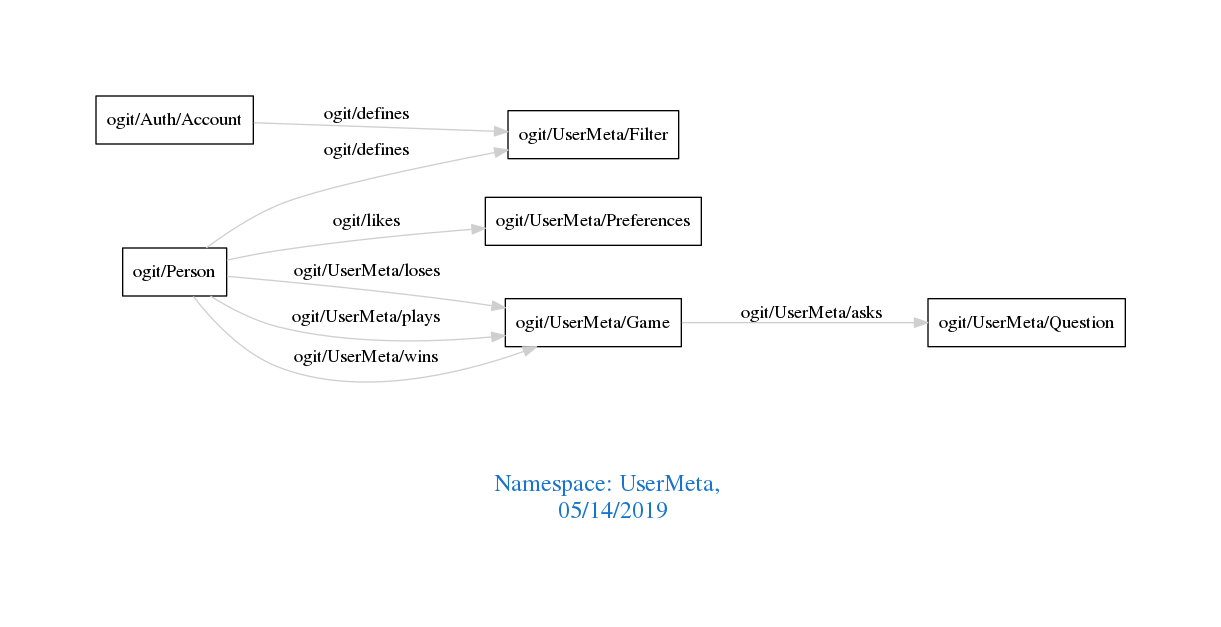
The Graphviz diagram downloads/UserMeta.png in arago/OGIT, before a commit. Its source is kept beside it as downloads/UserMeta.dot. Source of this version:
```dot
digraph OGIT_ontology {
 graph [ rankdir= LR,pad=1
fontsize = 18,
fontcolor= dodgerblue3,label = "\n\n\nNamespace: UserMeta, \n 05/14/2019"];
node[shape=polygon];
edge [  color="gray81"];

   "ogit/Auth/Account" -> "ogit/UserMeta/Filter" [label="   ogit/defines    "];
   "ogit/Person" -> "ogit/UserMeta/Filter" [label="   ogit/defines    "];
   "ogit/UserMeta/Game" -> "ogit/UserMeta/Question" [label="   ogit/UserMeta/asks    "];
   "ogit/Person" -> "ogit/UserMeta/Preferences" [label="   ogit/likes    "];
   "ogit/Person" -> "ogit/UserMeta/Game" [label="   ogit/UserMeta/loses    "];
   "ogit/Person" -> "ogit/UserMeta/Game" [label="   ogit/UserMeta/plays    "];
   "ogit/Person" -> "ogit/UserMeta/Game" [label="   ogit/UserMeta/wins    "];
}
```
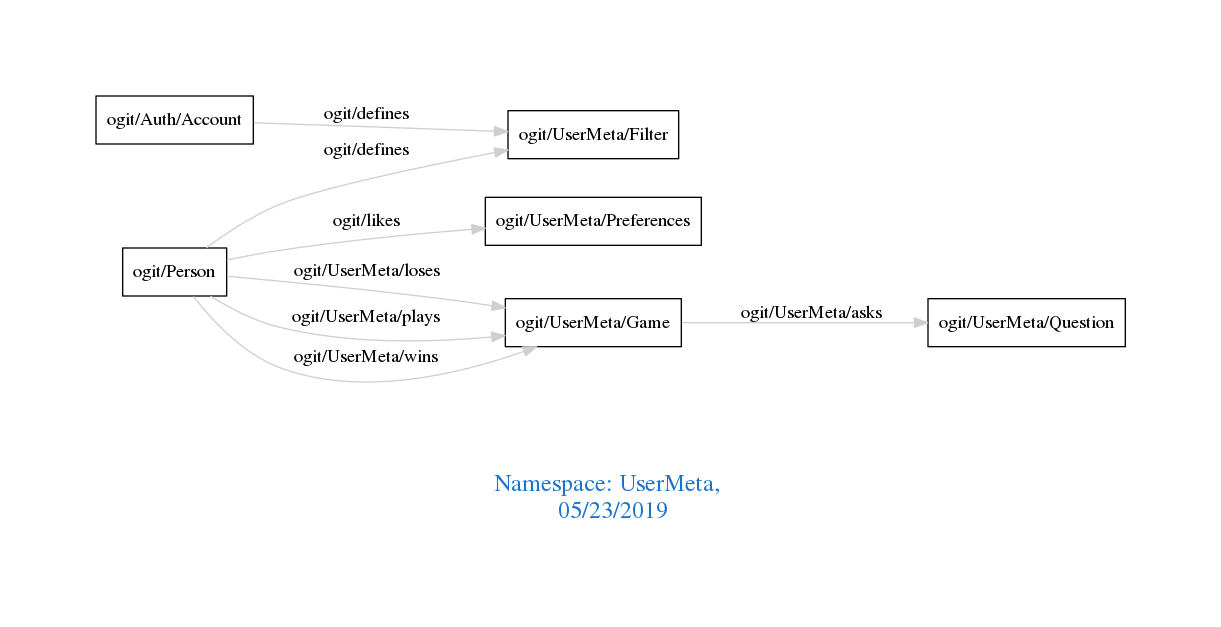
The same file after the commit.

Diff of the diagram source:
```diff
@@ -1,7 +1,7 @@
 digraph OGIT_ontology {
  graph [ rankdir= LR,pad=1
 fontsize = 18,
-fontcolor= dodgerblue3,label = "\n\n\nNamespace: UserMeta, \n 05/14/2019"];
+fontcolor= dodgerblue3,label = "\n\n\nNamespace: UserMeta, \n 05/23/2019"];
 node[shape=polygon];
 edge [  color="gray81"];
 
```
